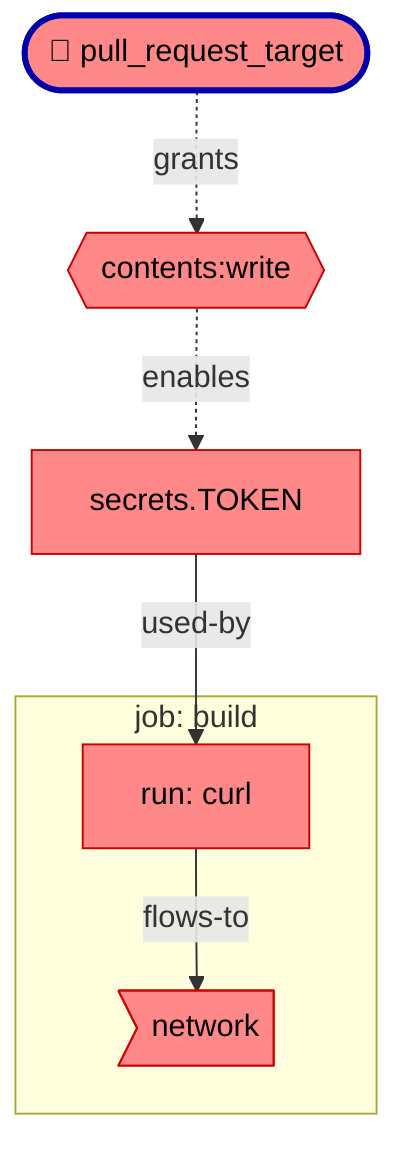
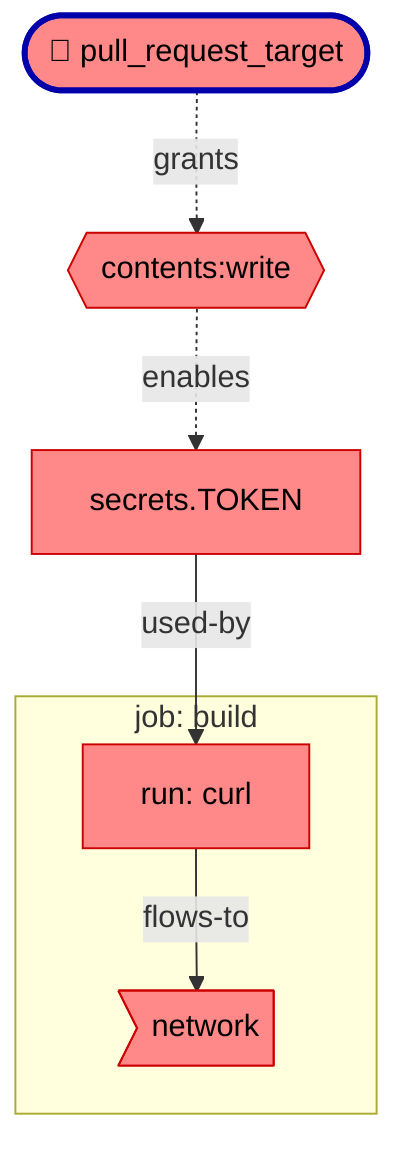
- %% blast-radius: untrusted:1 secrets:1 sinks:1 (network:1)
flowchart TD
+   %% blast-radius: untrusted:1 secrets:1 sinks:1 (network:1)
  n_trigger_pull_request_target(["🔧 pull_request_target"])
  n_perm_build{{"contents:write"}}
  n_source_0_secrets_TOKEN["secrets.TOKEN"]
  subgraph job_build["job: build"]
    n_action_build_10_9["run: curl"]
    n_sink_secret_exfiltration_build_10_9>"network"]
  end
  n_action_build_10_9 -->|flows-to| n_sink_secret_exfiltration_build_10_9
  n_perm_build -.->|enables| n_source_0_secrets_TOKEN
  n_source_0_secrets_TOKEN -->|used-by| n_action_build_10_9
  n_trigger_pull_request_target -.->|grants| n_perm_build
  classDef untrusted fill:#f88,stroke:#c00,color:#000
  classDef safe fill:#eee,stroke:#bbb,color:#999
  classDef fixhere stroke:#00a,stroke-width:3px
  class n_trigger_pull_request_target untrusted
  class n_perm_build untrusted
  class n_source_0_secrets_TOKEN untrusted
  class n_action_build_10_9 untrusted
  class n_sink_secret_exfiltration_build_10_9 untrusted
  class n_trigger_pull_request_target fixhere
